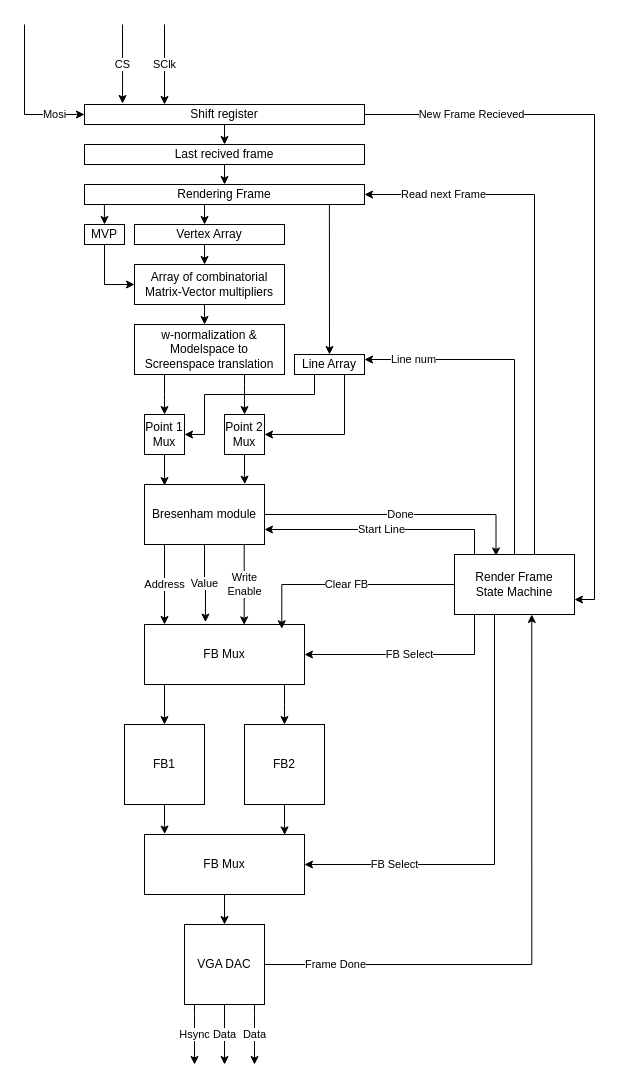
The draw.io diagram fpga/Untitled Diagram.drawio in halworsen/tdt4295-grafikk, before the edit. Source tidied: cells renumbered, new cells numbered last; positions are measured from the earlier drawing's top-left corner, leaving out a move shared by most shapes. Both pictures are drawn from the tidied source at 100%, with x=0, y=0 at pixel (24, 24).
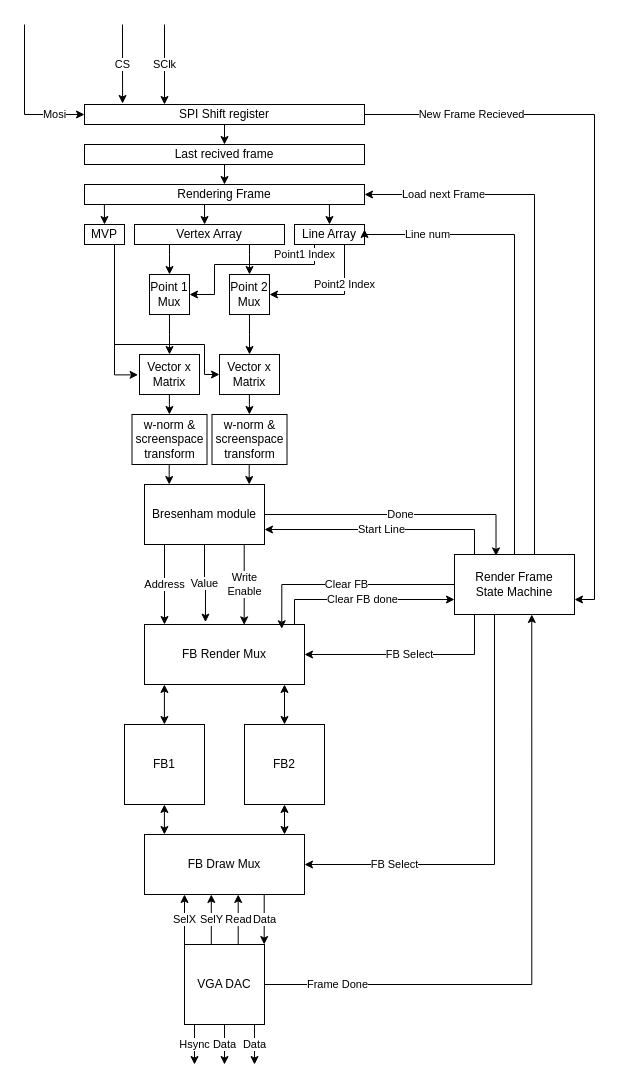
Above is the later version.

The change refers to these unchanged cells:
```xml
<mxCell id="10" value="Rendering Frame" style="rounded=0;whiteSpace=wrap;html=1;" parent="1" vertex="1">
  <mxGeometry x="60" y="160" width="280" height="20" as="geometry" />
</mxCell>
<mxCell id="12" value="MVP" style="rounded=0;whiteSpace=wrap;html=1;" parent="1" vertex="1">
  <mxGeometry x="60" y="200" width="40" height="20" as="geometry" />
</mxCell>
<mxCell id="13" value="Vertex Array" style="rounded=0;whiteSpace=wrap;html=1;" parent="1" vertex="1">
  <mxGeometry x="110" y="200" width="150" height="20" as="geometry" />
</mxCell>
<mxCell id="36" value="Bresenham module" style="rounded=0;whiteSpace=wrap;html=1;" parent="1" vertex="1">
  <mxGeometry x="120" y="460" width="120" height="60" as="geometry" />
</mxCell>
<mxCell id="41" value="FB1" style="rounded=0;whiteSpace=wrap;html=1;" parent="1" vertex="1">
  <mxGeometry x="100" y="700" width="80" height="80" as="geometry" />
</mxCell>
<mxCell id="43" value="&lt;div&gt;FB2&lt;/div&gt;" style="rounded=0;whiteSpace=wrap;html=1;" parent="1" vertex="1">
  <mxGeometry x="220" y="700" width="80" height="80" as="geometry" />
</mxCell>
<mxCell id="57" value="&lt;div&gt;Render Frame&lt;/div&gt;&lt;div&gt; State Machine&lt;/div&gt;" style="rounded=0;whiteSpace=wrap;html=1;" parent="1" vertex="1">
  <mxGeometry x="430" y="530" width="120" height="60" as="geometry" />
</mxCell>
```

Diff of the diagram source:
```diff
@@
-    <mxCell id="3" value="Shift register" style="rounded=0;whiteSpace=wrap;html=1;" parent="1" vertex="1">
+    <mxCell id="3" value="SPI Shift register" style="rounded=0;whiteSpace=wrap;html=1;" parent="1" vertex="1">
       <mxGeometry x="60" y="80" width="280" height="20" as="geometry" />
     </mxCell>
@@
+    <mxCell id="58" style="edgeStyle=orthogonalEdgeStyle;rounded=0;jumpStyle=none;jettySize=auto;html=1;entryX=-0.024;entryY=0.509;entryDx=0;entryDy=0;startArrow=none;startFill=0;endArrow=classic;endFill=1;entryPerimeter=0;" parent="1" edge="1" source="12" target="77">
+      <mxGeometry relative="1" as="geometry">
+        <Array as="points">
+          <mxPoint x="90" y="350" />
+        </Array>
+      </mxGeometry>
+    </mxCell>
+    <mxCell id="59" style="edgeStyle=orthogonalEdgeStyle;rounded=0;jumpStyle=none;jettySize=auto;html=1;entryX=0;entryY=0.5;entryDx=0;entryDy=0;startArrow=none;startFill=0;endArrow=classic;endFill=1;" parent="1" edge="1" source="12" target="78">
+      <mxGeometry relative="1" as="geometry">
+        <Array as="points">
+          <mxPoint x="90" y="320" />
+          <mxPoint x="180" y="320" />
+          <mxPoint x="180" y="350" />
+        </Array>
+      </mxGeometry>
+    </mxCell>
@@
+    <mxCell id="60" style="edgeStyle=orthogonalEdgeStyle;rounded=0;jumpStyle=none;jettySize=auto;html=1;entryX=0.5;entryY=0;entryDx=0;entryDy=0;startArrow=none;startFill=0;endArrow=classic;endFill=1;" parent="1" edge="1" source="13" target="29">
+      <mxGeometry relative="1" as="geometry">
+        <Array as="points">
+          <mxPoint x="145" y="230" />
+          <mxPoint x="145" y="230" />
+        </Array>
+      </mxGeometry>
+    </mxCell>
+    <mxCell id="61" style="edgeStyle=orthogonalEdgeStyle;rounded=0;jumpStyle=none;jettySize=auto;html=1;entryX=0.5;entryY=0;entryDx=0;entryDy=0;startArrow=none;startFill=0;endArrow=classic;endFill=1;" parent="1" edge="1" source="13" target="31">
+      <mxGeometry relative="1" as="geometry">
+        <Array as="points">
+          <mxPoint x="225" y="230" />
+          <mxPoint x="225" y="230" />
+        </Array>
+      </mxGeometry>
+    </mxCell>
@@
-    <mxCell id="14" style="edgeStyle=orthogonalEdgeStyle;rounded=0;jettySize=auto;html=1;entryX=1;entryY=0.5;entryDx=0;entryDy=0;" parent="1" edge="1" source="16" target="29">
-      <mxGeometry relative="1" as="geometry">
+    <mxCell id="14" value="Point1 Index" style="edgeStyle=orthogonalEdgeStyle;rounded=0;jettySize=auto;html=1;entryX=1;entryY=0.5;entryDx=0;entryDy=0;jumpStyle=none;" parent="1" edge="1" source="16" target="29">
+      <mxGeometry x="-0.66" y="-10" relative="1" as="geometry">
         <Array as="points">
-          <mxPoint x="290" y="370" />
-          <mxPoint x="180" y="370" />
-          <mxPoint x="180" y="410" />
+          <mxPoint x="290" y="240" />
+          <mxPoint x="190" y="240" />
+          <mxPoint x="190" y="270" />
         </Array>
       </mxGeometry>
     </mxCell>
-    <mxCell id="15" style="edgeStyle=orthogonalEdgeStyle;rounded=0;jettySize=auto;html=1;entryX=1;entryY=0.5;entryDx=0;entryDy=0;" parent="1" edge="1" source="16" target="31">
-      <mxGeometry relative="1" as="geometry">
+    <mxCell id="15" value="Point2 Index" style="edgeStyle=orthogonalEdgeStyle;rounded=0;jettySize=auto;html=1;entryX=1;entryY=0.5;entryDx=0;entryDy=0;" parent="1" edge="1" source="16" target="31">
+      <mxGeometry x="-0.36" relative="1" as="geometry">
         <Array as="points">
-          <mxPoint x="320" y="410" />
+          <mxPoint x="320" y="270" />
         </Array>
       </mxGeometry>
     </mxCell>
     <mxCell id="16" value="Line Array" style="rounded=0;whiteSpace=wrap;html=1;" parent="1" vertex="1">
-      <mxGeometry x="270" y="330" width="70" height="20" as="geometry" />
+      <mxGeometry x="270" y="200" width="70" height="20" as="geometry" />
     </mxCell>
@@
-    <mxCell id="20" value="Array of combinatorial Matrix-Vector multipliers " style="rounded=0;whiteSpace=wrap;html=1;" parent="1" vertex="1">
-      <mxGeometry x="110" y="240" width="150" height="40" as="geometry" />
-    </mxCell>
-    <mxCell id="21" style="endArrow=none;html=1;rounded=0;entryX=0.5;entryY=1;entryDx=0;entryDy=0;" parent="1" edge="1" target="12">
-      <mxGeometry relative="1" as="geometry">
-        <mxPoint x="80" y="260" as="sourcePoint" />
-      </mxGeometry>
-    </mxCell>
-    <mxCell id="22" style="endArrow=classic;html=1;rounded=0;entryX=0;entryY=0.5;entryDx=0;entryDy=0;" parent="1" edge="1" target="20">
-      <mxGeometry relative="1" as="geometry">
-        <mxPoint x="80" y="260" as="sourcePoint" />
-      </mxGeometry>
-    </mxCell>
-    <mxCell id="23" style="endArrow=classic;html=1;rounded=0;entryX=0.5;entryY=0;entryDx=0;entryDy=0;exitX=0.071;exitY=1;exitDx=0;exitDy=0;exitPerimeter=0;" parent="1" edge="1">
-      <mxGeometry relative="1" as="geometry">
-        <mxPoint x="180" y="220" as="sourcePoint" />
-        <mxPoint x="180.1" y="240" as="targetPoint" />
-      </mxGeometry>
-    </mxCell>
-    <mxCell id="24" style="edgeStyle=orthogonalEdgeStyle;rounded=0;jettySize=auto;html=1;" parent="1" edge="1" source="26" target="29">
-      <mxGeometry relative="1" as="geometry">
-        <Array as="points">
-          <mxPoint x="140" y="370" />
-          <mxPoint x="140" y="370" />
-        </Array>
-      </mxGeometry>
-    </mxCell>
-    <mxCell id="25" style="edgeStyle=orthogonalEdgeStyle;rounded=0;jettySize=auto;html=1;entryX=0.5;entryY=0;entryDx=0;entryDy=0;" parent="1" edge="1" source="26" target="31">
-      <mxGeometry relative="1" as="geometry">
-        <Array as="points">
-          <mxPoint x="220" y="360" />
-          <mxPoint x="220" y="360" />
-        </Array>
-      </mxGeometry>
-    </mxCell>
-    <mxCell id="26" value="w-normalization &amp;amp; Modelspace to Screenspace translation" style="rounded=0;whiteSpace=wrap;html=1;" parent="1" vertex="1">
-      <mxGeometry x="110" y="300" width="150" height="50" as="geometry" />
-    </mxCell>
-    <mxCell id="27" style="endArrow=classic;html=1;rounded=0;entryX=0.5;entryY=0;entryDx=0;entryDy=0;exitX=0.071;exitY=1;exitDx=0;exitDy=0;exitPerimeter=0;" parent="1" edge="1">
-      <mxGeometry relative="1" as="geometry">
-        <mxPoint x="180" y="280" as="sourcePoint" />
-        <mxPoint x="180.1" y="300" as="targetPoint" />
-      </mxGeometry>
-    </mxCell>
-    <mxCell id="28" style="edgeStyle=orthogonalEdgeStyle;rounded=0;jettySize=auto;html=1;entryX=0.167;entryY=0.017;entryDx=0;entryDy=0;entryPerimeter=0;" parent="1" edge="1" source="29" target="36">
-      <mxGeometry relative="1" as="geometry" />
-    </mxCell>
+    <mxCell id="62" style="edgeStyle=orthogonalEdgeStyle;rounded=0;jumpStyle=none;jettySize=auto;html=1;startArrow=none;startFill=0;endArrow=classic;endFill=1;" parent="1" edge="1" source="29">
+      <mxGeometry relative="1" as="geometry">
+        <mxPoint x="145" y="330" as="targetPoint" />
+      </mxGeometry>
+    </mxCell>
     <mxCell id="29" value="Point 1 Mux" style="whiteSpace=wrap;html=1;" parent="1" vertex="1">
-      <mxGeometry x="120" y="390" width="40" height="40" as="geometry" />
+      <mxGeometry x="125" y="250" width="40" height="40" as="geometry" />
     </mxCell>
-    <mxCell id="30" style="edgeStyle=orthogonalEdgeStyle;rounded=0;jettySize=auto;html=1;entryX=0.836;entryY=-0.005;entryDx=0;entryDy=0;entryPerimeter=0;" parent="1" edge="1" source="31" target="36">
-      <mxGeometry relative="1" as="geometry" />
-    </mxCell>
+    <mxCell id="63" style="edgeStyle=orthogonalEdgeStyle;rounded=0;jumpStyle=none;jettySize=auto;html=1;entryX=0.767;entryY=0;entryDx=0;entryDy=0;entryPerimeter=0;startArrow=none;startFill=0;endArrow=classic;endFill=1;" parent="1" edge="1" source="31">
+      <mxGeometry relative="1" as="geometry">
+        <mxPoint x="225" y="330" as="targetPoint" />
+      </mxGeometry>
+    </mxCell>
     <mxCell id="31" value="&lt;div&gt;Point 2&lt;/div&gt;&lt;div&gt; Mux&lt;/div&gt;" style="whiteSpace=wrap;html=1;" parent="1" vertex="1">
-      <mxGeometry x="200" y="390" width="40" height="40" as="geometry" />
+      <mxGeometry x="205" y="250" width="40" height="40" as="geometry" />
     </mxCell>
@@
-    <mxCell id="37" style="edgeStyle=orthogonalEdgeStyle;rounded=0;jettySize=auto;html=1;entryX=0.5;entryY=0;entryDx=0;entryDy=0;" parent="1" edge="1" source="39" target="41">
-      <mxGeometry relative="1" as="geometry">
-        <Array as="points">
-          <mxPoint x="140" y="700" />
-          <mxPoint x="140" y="700" />
-        </Array>
-      </mxGeometry>
-    </mxCell>
-    <mxCell id="38" style="edgeStyle=orthogonalEdgeStyle;rounded=0;jettySize=auto;html=1;entryX=0.5;entryY=0;entryDx=0;entryDy=0;" parent="1" edge="1" source="39" target="43">
-      <mxGeometry relative="1" as="geometry">
-        <Array as="points">
-          <mxPoint x="260" y="680" />
-          <mxPoint x="260" y="680" />
-        </Array>
-      </mxGeometry>
-    </mxCell>
+    <mxCell id="64" value="Clear FB done" style="edgeStyle=orthogonalEdgeStyle;rounded=0;jettySize=auto;html=1;entryX=0;entryY=0.75;entryDx=0;entryDy=0;" parent="1" edge="1" source="39" target="57">
+      <mxGeometry relative="1" as="geometry">
+        <Array as="points">
+          <mxPoint x="270" y="575" />
+        </Array>
+      </mxGeometry>
+    </mxCell>
-    <mxCell id="39" value="FB Mux" style="rounded=0;whiteSpace=wrap;html=1;" parent="1" vertex="1">
+    <mxCell id="39" value="&lt;div&gt;FB Render Mux&lt;/div&gt;" style="rounded=0;whiteSpace=wrap;html=1;" parent="1" vertex="1">
       <mxGeometry x="120" y="600" width="160" height="60" as="geometry" />
     </mxCell>
-    <mxCell id="40" style="edgeStyle=orthogonalEdgeStyle;rounded=0;jettySize=auto;html=1;entryX=0.126;entryY=-0.007;entryDx=0;entryDy=0;entryPerimeter=0;" parent="1" edge="1" source="41" target="45">
-      <mxGeometry relative="1" as="geometry" />
-    </mxCell>
@@
-    <mxCell id="42" style="edgeStyle=orthogonalEdgeStyle;rounded=0;jettySize=auto;html=1;entryX=0.876;entryY=0.007;entryDx=0;entryDy=0;entryPerimeter=0;" parent="1" edge="1" source="43" target="45">
-      <mxGeometry relative="1" as="geometry" />
-    </mxCell>
@@
-    <mxCell id="44" style="edgeStyle=orthogonalEdgeStyle;rounded=0;jettySize=auto;html=1;entryX=0.5;entryY=0;entryDx=0;entryDy=0;" parent="1" edge="1" source="45" target="50">
-      <mxGeometry relative="1" as="geometry" />
-    </mxCell>
-    <mxCell id="45" value="FB Mux" style="rounded=0;whiteSpace=wrap;html=1;" parent="1" vertex="1">
+    <mxCell id="45" value="FB Draw Mux" style="rounded=0;whiteSpace=wrap;html=1;" parent="1" vertex="1">
       <mxGeometry x="120" y="810" width="160" height="60" as="geometry" />
     </mxCell>
@@
     <mxCell id="50" value="VGA DAC" style="whiteSpace=wrap;html=1;" parent="1" vertex="1">
-      <mxGeometry x="160" y="900" width="80" height="80" as="geometry" />
+      <mxGeometry x="160" y="920" width="80" height="80" as="geometry" />
     </mxCell>
@@
     <mxCell id="53" value="Line num" style="edgeStyle=orthogonalEdgeStyle;rounded=0;jettySize=auto;html=1;entryX=1;entryY=0.25;entryDx=0;entryDy=0;" parent="1" edge="1" source="57" target="16">
       <mxGeometry x="0.71" relative="1" as="geometry">
         <Array as="points">
-          <mxPoint x="490" y="335" />
+          <mxPoint x="490" y="210" />
+          <mxPoint x="340" y="210" />
         </Array>
         <mxPoint x="-1" as="offset" />
       </mxGeometry>
     </mxCell>
-    <mxCell id="54" value="Read next Frame" style="edgeStyle=orthogonalEdgeStyle;rounded=0;jettySize=auto;html=1;entryX=1;entryY=0.5;entryDx=0;entryDy=0;" parent="1" edge="1" source="57" target="10">
+    <mxCell id="54" value="Load next Frame" style="edgeStyle=orthogonalEdgeStyle;rounded=0;jettySize=auto;html=1;entryX=1;entryY=0.5;entryDx=0;entryDy=0;" parent="1" edge="1" source="57" target="10">
       <mxGeometry x="0.7" relative="1" as="geometry">
         <Array as="points">
           <mxPoint x="510" y="170" />
         </Array>
       </mxGeometry>
     </mxCell>
@@
+    <mxCell id="65" style="endArrow=classic;startArrow=classic;html=1;rounded=0;exitX=0.5;exitY=0;exitDx=0;exitDy=0;" parent="1" edge="1" source="43">
+      <mxGeometry relative="1" as="geometry">
+        <mxPoint x="260" y="660" as="targetPoint" />
+      </mxGeometry>
+    </mxCell>
+    <mxCell id="66" style="endArrow=classic;startArrow=classic;html=1;rounded=0;exitX=0.5;exitY=0;exitDx=0;exitDy=0;" parent="1" edge="1">
+      <mxGeometry relative="1" as="geometry">
+        <mxPoint x="139.9" y="700" as="sourcePoint" />
+        <mxPoint x="139.9" y="660" as="targetPoint" />
+      </mxGeometry>
+    </mxCell>
+    <mxCell id="67" style="endArrow=classic;startArrow=classic;html=1;rounded=0;" parent="1" edge="1">
+      <mxGeometry relative="1" as="geometry">
+        <mxPoint x="260" y="810" as="sourcePoint" />
+        <mxPoint x="260" y="780" as="targetPoint" />
+      </mxGeometry>
+    </mxCell>
+    <mxCell id="68" style="endArrow=classic;startArrow=classic;html=1;rounded=0;" parent="1" edge="1">
+      <mxGeometry relative="1" as="geometry">
+        <mxPoint x="139.9" y="810" as="sourcePoint" />
+        <mxPoint x="139.9" y="780" as="targetPoint" />
+      </mxGeometry>
+    </mxCell>
+    <mxCell id="69" value="SelX" style="edgeStyle=orthogonalEdgeStyle;rounded=0;orthogonalLoop=1;jettySize=auto;html=1;entryX=0.5;entryY=0;entryDx=0;entryDy=0;" parent="1" edge="1">
+      <mxGeometry relative="1" as="geometry">
+        <mxPoint x="160" y="920" as="sourcePoint" />
+        <mxPoint x="160" y="870" as="targetPoint" />
+        <Array as="points">
+          <mxPoint x="160" y="890" />
+          <mxPoint x="160" y="890" />
+        </Array>
+      </mxGeometry>
+    </mxCell>
+    <mxCell id="70" value="Data" style="edgeStyle=orthogonalEdgeStyle;rounded=0;orthogonalLoop=1;jettySize=auto;html=1;entryX=0.5;entryY=0;entryDx=0;entryDy=0;" parent="1" edge="1">
+      <mxGeometry relative="1" as="geometry">
+        <mxPoint x="239.7" y="870" as="sourcePoint" />
+        <mxPoint x="239.7" y="920" as="targetPoint" />
+      </mxGeometry>
+    </mxCell>
+    <mxCell id="71" value="Read" style="edgeStyle=orthogonalEdgeStyle;rounded=0;orthogonalLoop=1;jettySize=auto;html=1;entryX=0.5;entryY=0;entryDx=0;entryDy=0;" parent="1" edge="1">
+      <mxGeometry relative="1" as="geometry">
+        <mxPoint x="213.7" y="920" as="sourcePoint" />
+        <mxPoint x="213.7" y="870" as="targetPoint" />
+      </mxGeometry>
+    </mxCell>
+    <mxCell id="72" value="SelY" style="edgeStyle=orthogonalEdgeStyle;rounded=0;orthogonalLoop=1;jettySize=auto;html=1;entryX=0.5;entryY=0;entryDx=0;entryDy=0;" parent="1" edge="1">
+      <mxGeometry relative="1" as="geometry">
+        <mxPoint x="186.8" y="920" as="sourcePoint" />
+        <mxPoint x="186.8" y="870" as="targetPoint" />
+      </mxGeometry>
+    </mxCell>
+    <mxCell id="73" style="edgeStyle=orthogonalEdgeStyle;rounded=0;jumpStyle=none;orthogonalLoop=1;jettySize=auto;html=1;startArrow=none;startFill=0;endArrow=classic;endFill=1;" parent="1" edge="1">
+      <mxGeometry relative="1" as="geometry">
+        <mxPoint x="224.9" y="370" as="sourcePoint" />
+        <mxPoint x="224.9" y="390" as="targetPoint" />
+        <Array as="points">
+          <mxPoint x="224.9" y="380" />
+          <mxPoint x="224.9" y="380" />
+        </Array>
+      </mxGeometry>
+    </mxCell>
+    <mxCell id="74" style="edgeStyle=orthogonalEdgeStyle;rounded=0;jumpStyle=none;orthogonalLoop=1;jettySize=auto;html=1;startArrow=none;startFill=0;endArrow=classic;endFill=1;" parent="1" edge="1">
+      <mxGeometry relative="1" as="geometry">
+        <mxPoint x="144.9" y="370" as="sourcePoint" />
+        <mxPoint x="144.9" y="390" as="targetPoint" />
+        <Array as="points">
+          <mxPoint x="144.9" y="380" />
+          <mxPoint x="144.9" y="380" />
+        </Array>
+      </mxGeometry>
+    </mxCell>
+    <mxCell id="75" style="edgeStyle=orthogonalEdgeStyle;rounded=0;jumpStyle=none;orthogonalLoop=1;jettySize=auto;html=1;startArrow=none;startFill=0;endArrow=classic;endFill=1;" parent="1" edge="1">
+      <mxGeometry relative="1" as="geometry">
+        <mxPoint x="144.7" y="440" as="sourcePoint" />
+        <mxPoint x="144.7" y="460" as="targetPoint" />
+        <Array as="points">
+          <mxPoint x="144.7" y="450" />
+          <mxPoint x="144.7" y="450" />
+        </Array>
+      </mxGeometry>
+    </mxCell>
+    <mxCell id="76" style="edgeStyle=orthogonalEdgeStyle;rounded=0;jumpStyle=none;orthogonalLoop=1;jettySize=auto;html=1;startArrow=none;startFill=0;endArrow=classic;endFill=1;" parent="1" edge="1">
+      <mxGeometry relative="1" as="geometry">
+        <mxPoint x="224.7" y="440" as="sourcePoint" />
+        <mxPoint x="224.7" y="460" as="targetPoint" />
+        <Array as="points">
+          <mxPoint x="224.7" y="450" />
+          <mxPoint x="224.7" y="450" />
+        </Array>
+      </mxGeometry>
+    </mxCell>
+    <mxCell id="77" value="Vector x Matrix" style="rounded=0;whiteSpace=wrap;html=1;" parent="1" vertex="1">
+      <mxGeometry x="115" y="330" width="60" height="40" as="geometry" />
+    </mxCell>
+    <mxCell id="78" value="Vector x Matrix" style="rounded=0;whiteSpace=wrap;html=1;" parent="1" vertex="1">
+      <mxGeometry x="195" y="330" width="60" height="40" as="geometry" />
+    </mxCell>
+    <mxCell id="79" value="w-norm &amp;amp; screenspace transform" style="rounded=0;whiteSpace=wrap;html=1;" parent="1" vertex="1">
+      <mxGeometry x="107.5" y="390" width="75" height="50" as="geometry" />
+    </mxCell>
+    <mxCell id="80" value="w-norm &amp;amp; screenspace transform" style="rounded=0;whiteSpace=wrap;html=1;" parent="1" vertex="1">
+      <mxGeometry x="187.5" y="390" width="75" height="50" as="geometry" />
+    </mxCell>
```
